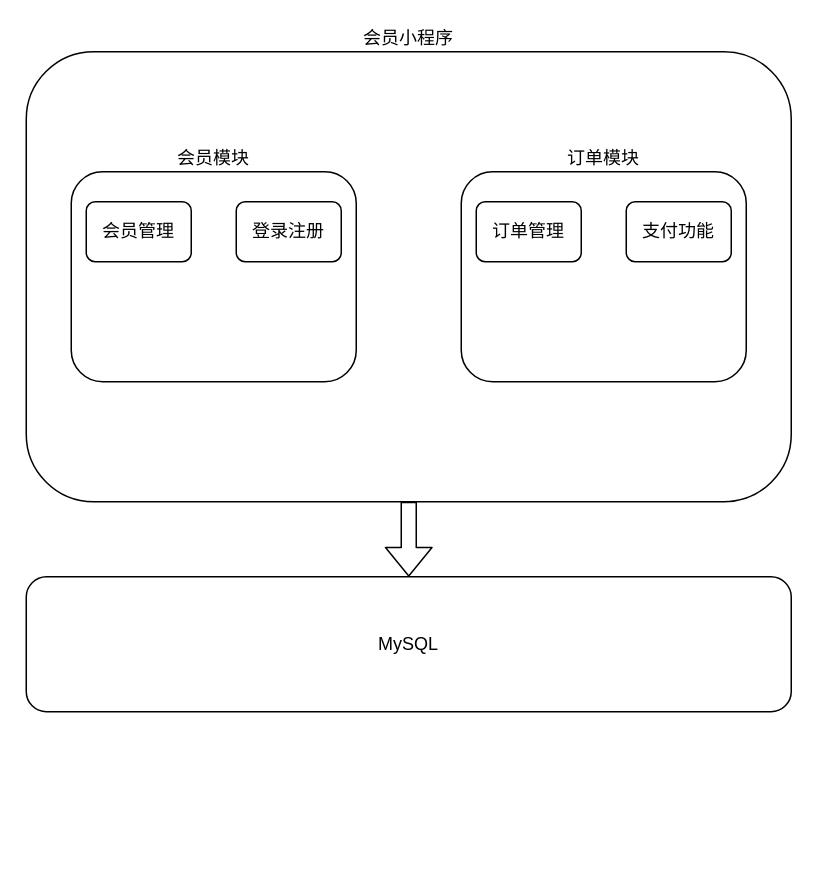
Above: 会员小程序-功能模块图.drawio in W-Jiaxiang/draw.io (draw.io), before the change. Source tidied: cells renumbered, new cells numbered last; positions are measured from the earlier drawing's top-left corner, leaving out a move shared by most shapes. Both pictures are drawn from the tidied source at 150%, with x=0, y=0 at pixel (26, 51).
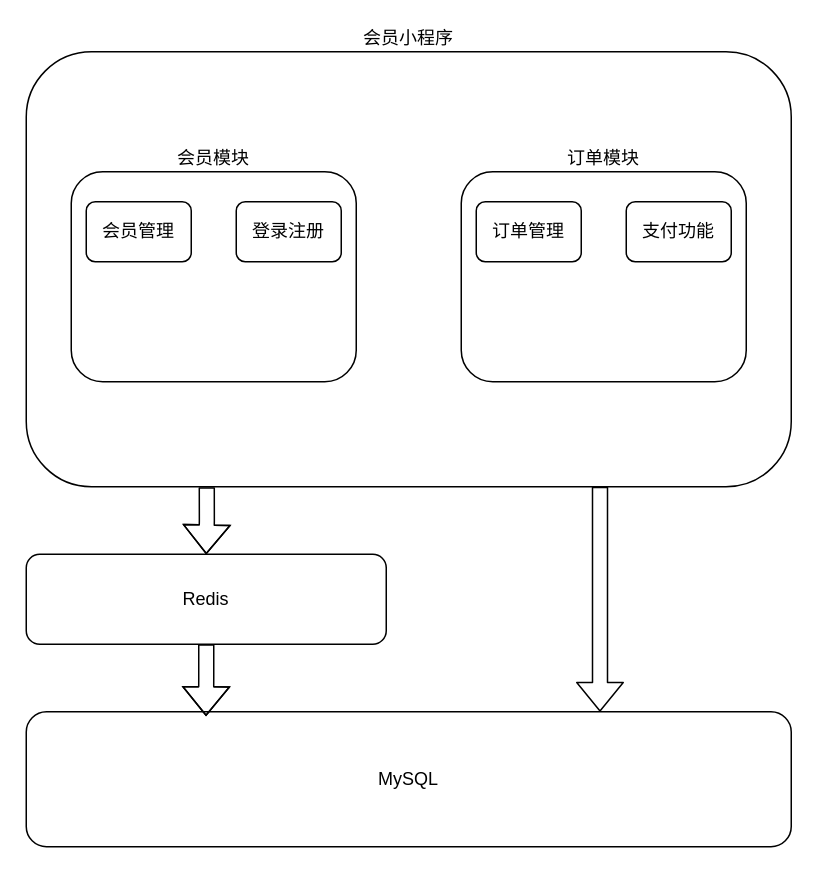
The same diagram, later.

Commit message (it also covers changes not shown here):
更新会员小程序-功能模块图.drawio

Diff of the diagram source:
```diff
@@
 <mxGraphModel>
   <root>
     <mxCell id="0" />
     <mxCell id="1" parent="0" />
-    <mxCell id="2" style="edgeStyle=orthogonalEdgeStyle;rounded=1;jettySize=auto;html=1;entryX=0.5;entryY=0;entryDx=0;entryDy=0;shape=flexArrow;" parent="1" edge="1" source="3" target="10">
+    <mxCell id="2" style="edgeStyle=orthogonalEdgeStyle;rounded=1;jettySize=auto;html=1;exitX=0.75;exitY=1;exitDx=0;exitDy=0;entryX=0.75;entryY=0;entryDx=0;entryDy=0;shape=flexArrow;" parent="1" edge="1" source="3" target="10">
       <mxGeometry relative="1" as="geometry" />
     </mxCell>
+    <mxCell id="11" style="edgeStyle=orthogonalEdgeStyle;rounded=1;jettySize=auto;html=1;shape=flexArrow;exitX=0.236;exitY=1.001;exitDx=0;exitDy=0;exitPerimeter=0;" parent="1" edge="1" source="3" target="12">
+      <mxGeometry relative="1" as="geometry" />
+    </mxCell>
     <mxCell id="3" value="会员小程序" style="rounded=1;whiteSpace=wrap;html=1;labelPosition=center;verticalLabelPosition=top;align=center;verticalAlign=bottom;" parent="1" vertex="1">
-      <mxGeometry width="510" height="300" as="geometry" />
+      <mxGeometry width="510" height="290" as="geometry" />
     </mxCell>
     <mxCell id="4" value="会员模块" style="rounded=1;whiteSpace=wrap;html=1;labelPosition=center;verticalLabelPosition=top;align=center;verticalAlign=bottom;" parent="1" vertex="1">
       <mxGeometry x="30" y="80" width="190" height="140" as="geometry" />
     </mxCell>
     <mxCell id="5" value="订单模块" style="rounded=1;whiteSpace=wrap;html=1;labelPosition=center;verticalLabelPosition=top;align=center;verticalAlign=bottom;" parent="1" vertex="1">
       <mxGeometry x="290" y="80" width="190" height="140" as="geometry" />
     </mxCell>
     <mxCell id="6" value="会员管理" style="rounded=1;whiteSpace=wrap;html=1;" parent="1" vertex="1">
       <mxGeometry x="40" y="100" width="70" height="40" as="geometry" />
     </mxCell>
     <mxCell id="7" value="登录注册" style="rounded=1;whiteSpace=wrap;html=1;" parent="1" vertex="1">
       <mxGeometry x="140" y="100" width="70" height="40" as="geometry" />
     </mxCell>
     <mxCell id="8" value="订单管理" style="rounded=1;whiteSpace=wrap;html=1;" parent="1" vertex="1">
       <mxGeometry x="300" y="100" width="70" height="40" as="geometry" />
     </mxCell>
     <mxCell id="9" value="支付功能" style="rounded=1;whiteSpace=wrap;html=1;" parent="1" vertex="1">
       <mxGeometry x="400" y="100" width="70" height="40" as="geometry" />
     </mxCell>
     <mxCell id="10" value="MySQL" style="rounded=1;whiteSpace=wrap;html=1;" parent="1" vertex="1">
-      <mxGeometry y="350" width="510" height="90" as="geometry" />
+      <mxGeometry y="440" width="510" height="90" as="geometry" />
     </mxCell>
+    <mxCell id="12" value="Redis" style="rounded=1;whiteSpace=wrap;html=1;" parent="1" vertex="1">
+      <mxGeometry y="335" width="240" height="60" as="geometry" />
+    </mxCell>
+    <mxCell id="13" style="edgeStyle=orthogonalEdgeStyle;rounded=1;jettySize=auto;html=1;entryX=0.235;entryY=0.032;entryDx=0;entryDy=0;entryPerimeter=0;shape=flexArrow;" parent="1" edge="1" source="12" target="10">
+      <mxGeometry relative="1" as="geometry" />
+    </mxCell>
   </root>
 </mxGraphModel>
```
